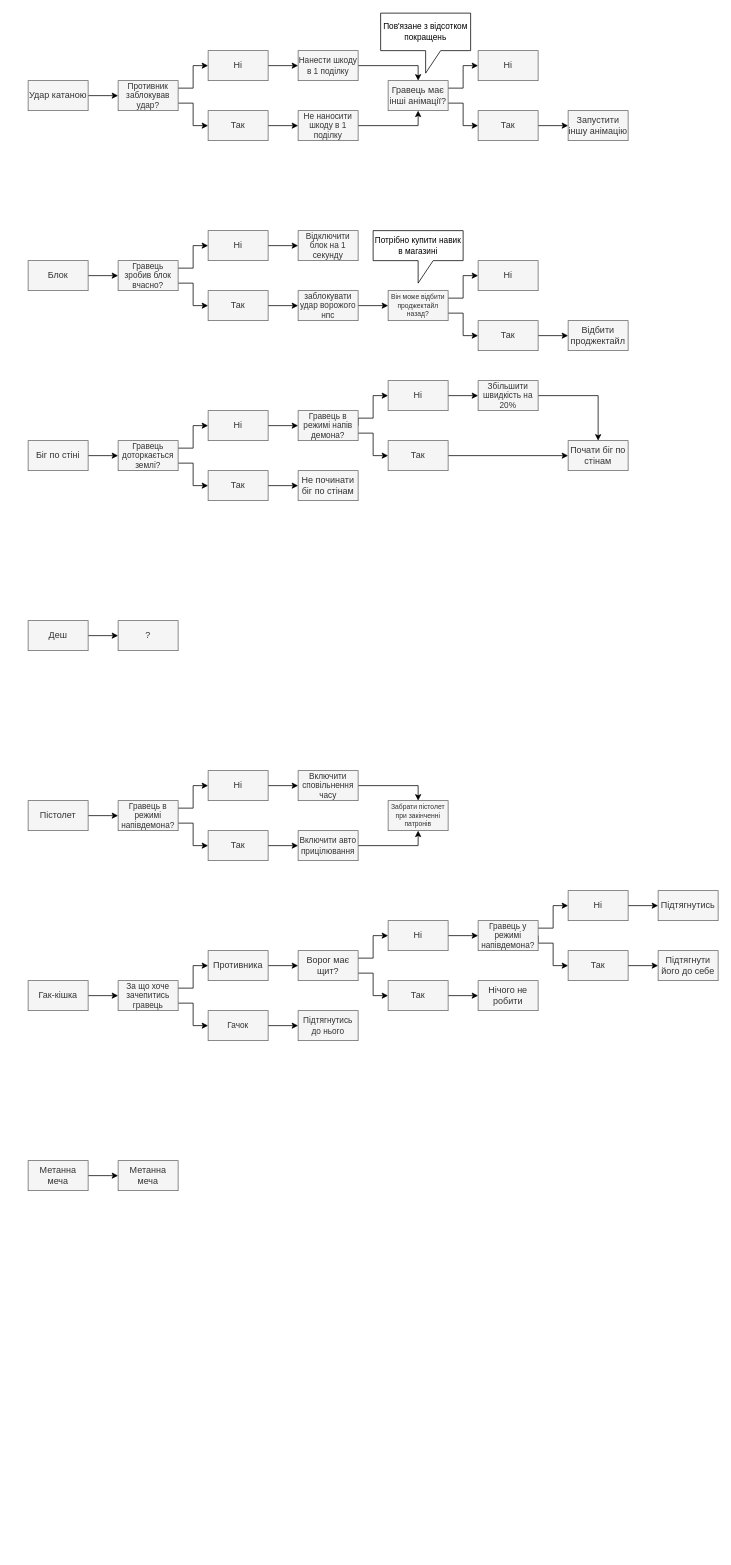
Earlier version of the draw.io diagram Documents/Devil_Blade_GDD.drawio (Endi00710/Devil_Blade_Documents). Source tidied: cells renumbered, new cells numbered last; positions are measured from the earlier drawing's top-left corner, leaving out a move shared by most shapes. Both pictures are drawn from the tidied source at 75%, with x=0, y=0 at pixel (28, 13).
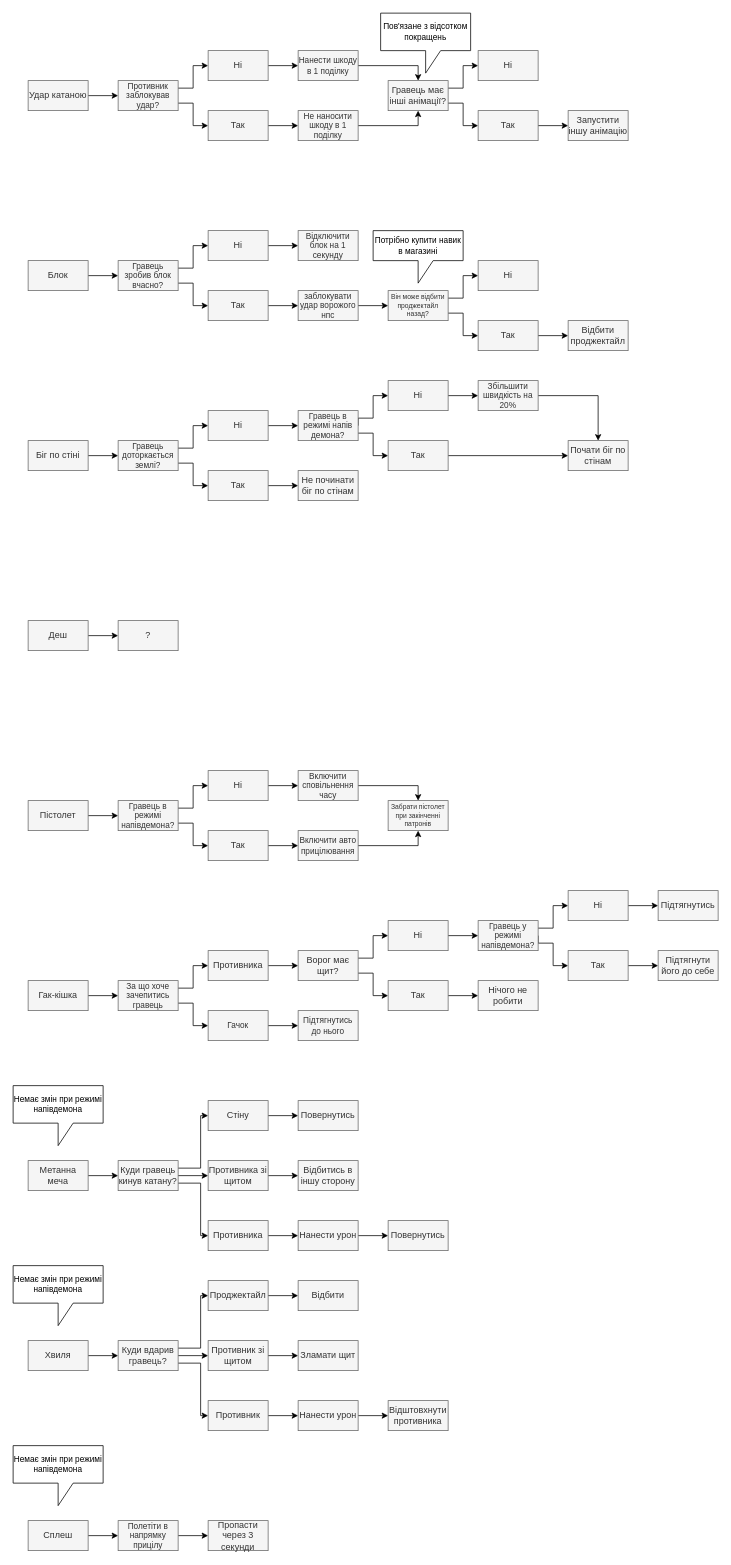
The same diagram, later.

Change to the diagram source:
```diff
@@
+    <mxCell id="110" style="edgeStyle=orthogonalEdgeStyle;rounded=0;jettySize=auto;html=1;exitX=1;exitY=0.25;exitDx=0;exitDy=0;fontSize=12;" parent="1" edge="1" source="109" target="114">
+      <mxGeometry relative="1" as="geometry">
+        <Array as="points">
+          <mxPoint x="230" y="1540" />
+          <mxPoint x="230" y="1470" />
+        </Array>
+      </mxGeometry>
+    </mxCell>
+    <mxCell id="111" style="edgeStyle=orthogonalEdgeStyle;rounded=0;jettySize=auto;html=1;exitX=1;exitY=0.5;exitDx=0;exitDy=0;fontSize=12;" parent="1" edge="1" source="109" target="116">
+      <mxGeometry relative="1" as="geometry" />
+    </mxCell>
+    <mxCell id="112" style="edgeStyle=orthogonalEdgeStyle;rounded=0;jettySize=auto;html=1;exitX=1;exitY=0.75;exitDx=0;exitDy=0;fontSize=12;" parent="1" edge="1" source="109" target="118">
+      <mxGeometry relative="1" as="geometry">
+        <Array as="points">
+          <mxPoint x="230" y="1560" />
+          <mxPoint x="230" y="1630" />
+        </Array>
+      </mxGeometry>
+    </mxCell>
-    <mxCell id="109" value="Метанна меча" style="text;html=1;strokeColor=#666666;fillColor=#f5f5f5;align=center;verticalAlign=middle;whiteSpace=wrap;rounded=0;fontColor=#333333;fontSize=12;" parent="1" vertex="1">
+    <mxCell id="109" value="Куди гравець кинув катану?" style="text;html=1;strokeColor=#666666;fillColor=#f5f5f5;align=center;verticalAlign=middle;whiteSpace=wrap;rounded=0;fontColor=#333333;fontSize=12;" parent="1" vertex="1">
       <mxGeometry x="120" y="1530" width="80" height="40" as="geometry" />
     </mxCell>
+    <mxCell id="113" style="edgeStyle=orthogonalEdgeStyle;rounded=0;jettySize=auto;html=1;exitX=1;exitY=0.5;exitDx=0;exitDy=0;fontSize=12;" parent="1" edge="1" source="114" target="123">
+      <mxGeometry relative="1" as="geometry" />
+    </mxCell>
+    <mxCell id="114" value="Стіну" style="text;html=1;strokeColor=#666666;fillColor=#f5f5f5;align=center;verticalAlign=middle;whiteSpace=wrap;rounded=0;fontColor=#333333;fontSize=12;" parent="1" vertex="1">
+      <mxGeometry x="240" y="1450" width="80" height="40" as="geometry" />
+    </mxCell>
+    <mxCell id="115" style="edgeStyle=orthogonalEdgeStyle;rounded=0;jettySize=auto;html=1;exitX=1;exitY=0.5;exitDx=0;exitDy=0;fontSize=12;" parent="1" edge="1" source="116" target="122">
+      <mxGeometry relative="1" as="geometry" />
+    </mxCell>
+    <mxCell id="116" value="Противника зі щитом" style="text;html=1;strokeColor=#666666;fillColor=#f5f5f5;align=center;verticalAlign=middle;whiteSpace=wrap;rounded=0;fontColor=#333333;fontSize=12;" parent="1" vertex="1">
+      <mxGeometry x="240" y="1530" width="80" height="40" as="geometry" />
+    </mxCell>
+    <mxCell id="117" style="edgeStyle=orthogonalEdgeStyle;rounded=0;jettySize=auto;html=1;exitX=1;exitY=0.5;exitDx=0;exitDy=0;fontSize=12;" parent="1" edge="1" source="118" target="120">
+      <mxGeometry relative="1" as="geometry" />
+    </mxCell>
+    <mxCell id="118" value="Противника" style="text;html=1;strokeColor=#666666;fillColor=#f5f5f5;align=center;verticalAlign=middle;whiteSpace=wrap;rounded=0;fontColor=#333333;fontSize=12;" parent="1" vertex="1">
+      <mxGeometry x="240" y="1610" width="80" height="40" as="geometry" />
+    </mxCell>
+    <mxCell id="119" style="edgeStyle=orthogonalEdgeStyle;rounded=0;jettySize=auto;html=1;exitX=1;exitY=0.5;exitDx=0;exitDy=0;fontSize=12;" parent="1" edge="1" source="120" target="121">
+      <mxGeometry relative="1" as="geometry" />
+    </mxCell>
+    <mxCell id="120" value="Нанести урон" style="text;html=1;strokeColor=#666666;fillColor=#f5f5f5;align=center;verticalAlign=middle;whiteSpace=wrap;rounded=0;fontColor=#333333;fontSize=12;" parent="1" vertex="1">
+      <mxGeometry x="360" y="1610" width="80" height="40" as="geometry" />
+    </mxCell>
+    <mxCell id="121" value="Повернутись" style="text;html=1;strokeColor=#666666;fillColor=#f5f5f5;align=center;verticalAlign=middle;whiteSpace=wrap;rounded=0;fontColor=#333333;fontSize=12;" parent="1" vertex="1">
+      <mxGeometry x="480" y="1610" width="80" height="40" as="geometry" />
+    </mxCell>
+    <mxCell id="122" value="Відбитись в іншу сторону" style="text;html=1;strokeColor=#666666;fillColor=#f5f5f5;align=center;verticalAlign=middle;whiteSpace=wrap;rounded=0;fontColor=#333333;fontSize=12;" parent="1" vertex="1">
+      <mxGeometry x="360" y="1530" width="80" height="40" as="geometry" />
+    </mxCell>
+    <mxCell id="123" value="Повернутись" style="text;html=1;strokeColor=#666666;fillColor=#f5f5f5;align=center;verticalAlign=middle;whiteSpace=wrap;rounded=0;fontColor=#333333;fontSize=12;" parent="1" vertex="1">
+      <mxGeometry x="360" y="1450" width="80" height="40" as="geometry" />
+    </mxCell>
+    <mxCell id="124" style="edgeStyle=orthogonalEdgeStyle;rounded=0;jettySize=auto;html=1;exitX=1;exitY=0.5;exitDx=0;exitDy=0;fontSize=12;" parent="1" edge="1" source="125" target="129">
+      <mxGeometry relative="1" as="geometry" />
+    </mxCell>
+    <mxCell id="125" value="Хвиля" style="text;html=1;strokeColor=#666666;fillColor=#f5f5f5;align=center;verticalAlign=middle;whiteSpace=wrap;rounded=0;fontColor=#333333;" parent="1" vertex="1">
+      <mxGeometry y="1770" width="80" height="40" as="geometry" />
+    </mxCell>
+    <mxCell id="126" style="edgeStyle=orthogonalEdgeStyle;rounded=0;jettySize=auto;html=1;exitX=1;exitY=0.25;exitDx=0;exitDy=0;fontSize=12;" parent="1" edge="1" source="129" target="131">
+      <mxGeometry relative="1" as="geometry">
+        <Array as="points">
+          <mxPoint x="230" y="1780" />
+          <mxPoint x="230" y="1710" />
+        </Array>
+      </mxGeometry>
+    </mxCell>
+    <mxCell id="127" style="edgeStyle=orthogonalEdgeStyle;rounded=0;jettySize=auto;html=1;exitX=1;exitY=0.75;exitDx=0;exitDy=0;fontSize=12;" parent="1" edge="1" source="129" target="133">
+      <mxGeometry relative="1" as="geometry">
+        <Array as="points">
+          <mxPoint x="230" y="1800" />
+          <mxPoint x="230" y="1870" />
+        </Array>
+      </mxGeometry>
+    </mxCell>
+    <mxCell id="128" style="edgeStyle=orthogonalEdgeStyle;rounded=0;jettySize=auto;html=1;exitX=1;exitY=0.5;exitDx=0;exitDy=0;fontSize=12;" parent="1" edge="1" source="129" target="135">
+      <mxGeometry relative="1" as="geometry" />
+    </mxCell>
+    <mxCell id="129" value="Куди вдарив гравець?" style="text;html=1;strokeColor=#666666;fillColor=#f5f5f5;align=center;verticalAlign=middle;whiteSpace=wrap;rounded=0;fontColor=#333333;fontSize=12;" parent="1" vertex="1">
+      <mxGeometry x="120" y="1770" width="80" height="40" as="geometry" />
+    </mxCell>
+    <mxCell id="130" style="edgeStyle=orthogonalEdgeStyle;rounded=0;jettySize=auto;html=1;exitX=1;exitY=0.5;exitDx=0;exitDy=0;fontSize=12;" parent="1" edge="1" source="131" target="136">
+      <mxGeometry relative="1" as="geometry" />
+    </mxCell>
+    <mxCell id="131" value="Проджектайл" style="text;html=1;strokeColor=#666666;fillColor=#f5f5f5;align=center;verticalAlign=middle;whiteSpace=wrap;rounded=0;fontColor=#333333;fontSize=12;" parent="1" vertex="1">
+      <mxGeometry x="240" y="1690" width="80" height="40" as="geometry" />
+    </mxCell>
+    <mxCell id="132" style="edgeStyle=orthogonalEdgeStyle;rounded=0;jettySize=auto;html=1;exitX=1;exitY=0.5;exitDx=0;exitDy=0;fontSize=12;" parent="1" edge="1" source="133" target="139">
+      <mxGeometry relative="1" as="geometry" />
+    </mxCell>
+    <mxCell id="133" value="Противник" style="text;html=1;strokeColor=#666666;fillColor=#f5f5f5;align=center;verticalAlign=middle;whiteSpace=wrap;rounded=0;fontColor=#333333;fontSize=12;" parent="1" vertex="1">
+      <mxGeometry x="240" y="1850" width="80" height="40" as="geometry" />
+    </mxCell>
+    <mxCell id="134" style="edgeStyle=orthogonalEdgeStyle;rounded=0;jettySize=auto;html=1;exitX=1;exitY=0.5;exitDx=0;exitDy=0;fontSize=12;" parent="1" edge="1" source="135" target="137">
+      <mxGeometry relative="1" as="geometry" />
+    </mxCell>
+    <mxCell id="135" value="Противник зі щитом" style="text;html=1;strokeColor=#666666;fillColor=#f5f5f5;align=center;verticalAlign=middle;whiteSpace=wrap;rounded=0;fontColor=#333333;fontSize=12;" parent="1" vertex="1">
+      <mxGeometry x="240" y="1770" width="80" height="40" as="geometry" />
+    </mxCell>
+    <mxCell id="136" value="Відбити" style="text;html=1;strokeColor=#666666;fillColor=#f5f5f5;align=center;verticalAlign=middle;whiteSpace=wrap;rounded=0;fontColor=#333333;fontSize=12;" parent="1" vertex="1">
+      <mxGeometry x="360" y="1690" width="80" height="40" as="geometry" />
+    </mxCell>
+    <mxCell id="137" value="Зламати щит" style="text;html=1;strokeColor=#666666;fillColor=#f5f5f5;align=center;verticalAlign=middle;whiteSpace=wrap;rounded=0;fontColor=#333333;fontSize=12;" parent="1" vertex="1">
+      <mxGeometry x="360" y="1770" width="80" height="40" as="geometry" />
+    </mxCell>
+    <mxCell id="138" style="edgeStyle=orthogonalEdgeStyle;rounded=0;jettySize=auto;html=1;exitX=1;exitY=0.5;exitDx=0;exitDy=0;fontSize=12;" parent="1" edge="1" source="139" target="140">
+      <mxGeometry relative="1" as="geometry" />
+    </mxCell>
+    <mxCell id="139" value="Нанести урон" style="text;html=1;strokeColor=#666666;fillColor=#f5f5f5;align=center;verticalAlign=middle;whiteSpace=wrap;rounded=0;fontColor=#333333;fontSize=12;" parent="1" vertex="1">
+      <mxGeometry x="360" y="1850" width="80" height="40" as="geometry" />
+    </mxCell>
+    <mxCell id="140" value="Відштовхнути противника" style="text;html=1;strokeColor=#666666;fillColor=#f5f5f5;align=center;verticalAlign=middle;whiteSpace=wrap;rounded=0;fontColor=#333333;fontSize=12;" parent="1" vertex="1">
+      <mxGeometry x="480" y="1850" width="80" height="40" as="geometry" />
+    </mxCell>
+    <mxCell id="141" style="edgeStyle=orthogonalEdgeStyle;rounded=0;jettySize=auto;html=1;exitX=1;exitY=0.5;exitDx=0;exitDy=0;fontSize=12;" parent="1" edge="1" source="142" target="144">
+      <mxGeometry relative="1" as="geometry" />
+    </mxCell>
+    <mxCell id="142" value="Сплеш" style="text;html=1;strokeColor=#666666;fillColor=#f5f5f5;align=center;verticalAlign=middle;whiteSpace=wrap;rounded=0;fontColor=#333333;" parent="1" vertex="1">
+      <mxGeometry y="2010" width="80" height="40" as="geometry" />
+    </mxCell>
+    <mxCell id="143" style="edgeStyle=orthogonalEdgeStyle;rounded=0;jettySize=auto;html=1;exitX=1;exitY=0.5;exitDx=0;exitDy=0;fontSize=12;" parent="1" edge="1" source="144" target="145">
+      <mxGeometry relative="1" as="geometry" />
+    </mxCell>
+    <mxCell id="144" value="Полетіти в напрямку прицілу" style="text;html=1;strokeColor=#666666;fillColor=#f5f5f5;align=center;verticalAlign=middle;whiteSpace=wrap;rounded=0;fontColor=#333333;fontSize=11;" parent="1" vertex="1">
+      <mxGeometry x="120" y="2010" width="80" height="40" as="geometry" />
+    </mxCell>
+    <mxCell id="145" value="Пропасти через 3 секунди" style="text;html=1;strokeColor=#666666;fillColor=#f5f5f5;align=center;verticalAlign=middle;whiteSpace=wrap;rounded=0;fontColor=#333333;fontSize=12;" parent="1" vertex="1">
+      <mxGeometry x="240" y="2010" width="80" height="40" as="geometry" />
+    </mxCell>
+    <mxCell id="146" value="Немає змін при режимі напівдемона" style="shape=callout;whiteSpace=wrap;html=1;perimeter=calloutPerimeter;fontSize=11;position2=0.5;" parent="1" vertex="1">
+      <mxGeometry x="-20" y="1430" width="120" height="80" as="geometry" />
+    </mxCell>
+    <mxCell id="147" value="Немає змін при режимі напівдемона" style="shape=callout;whiteSpace=wrap;html=1;perimeter=calloutPerimeter;fontSize=11;position2=0.5;" parent="1" vertex="1">
+      <mxGeometry x="-20" y="1670" width="120" height="80" as="geometry" />
+    </mxCell>
+    <mxCell id="148" value="Немає змін при режимі напівдемона" style="shape=callout;whiteSpace=wrap;html=1;perimeter=calloutPerimeter;fontSize=11;position2=0.5;" parent="1" vertex="1">
+      <mxGeometry x="-20" y="1910" width="120" height="80" as="geometry" />
+    </mxCell>
```
